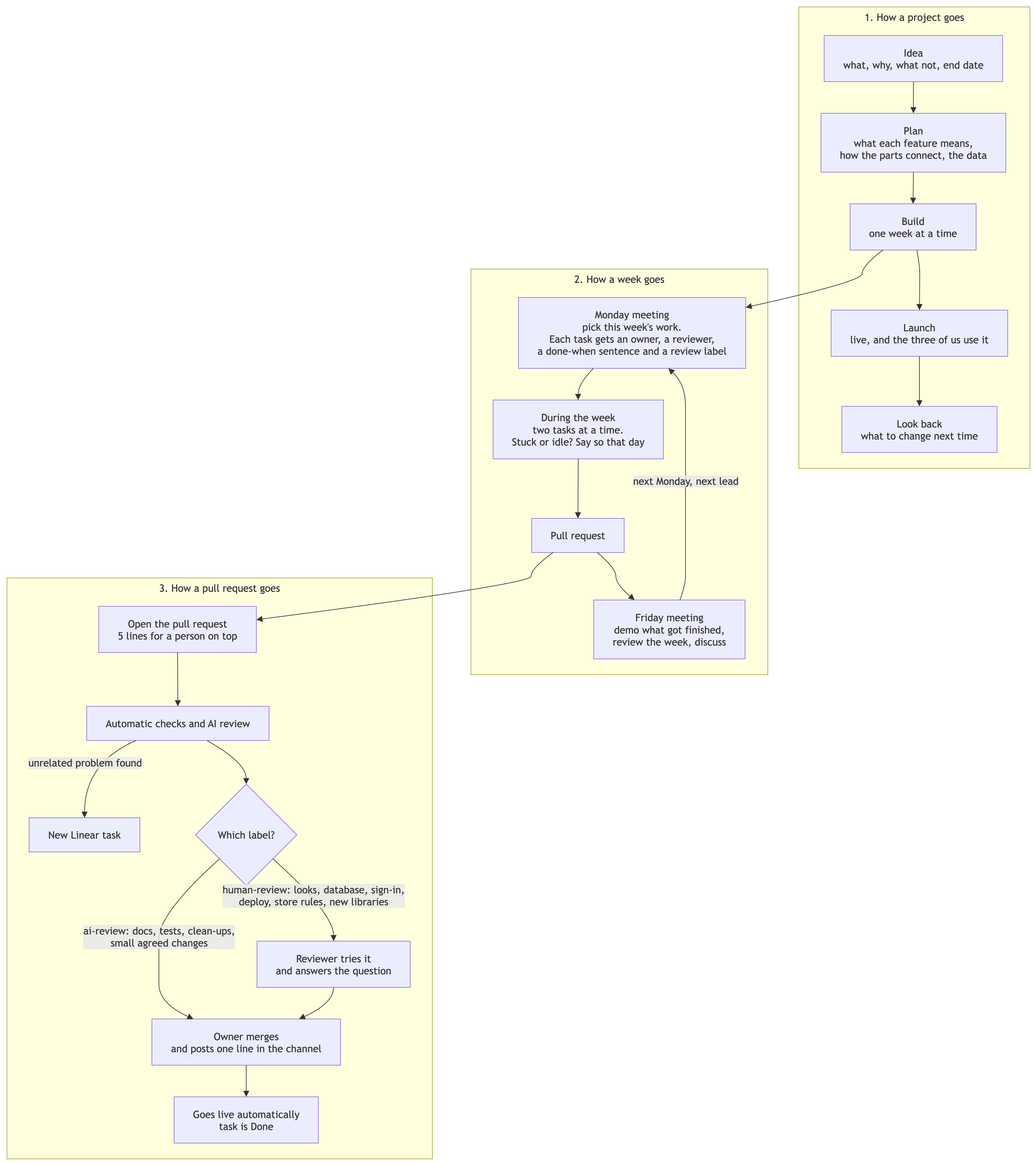
sidequest-club/bargainu keeps this draw.io diagram as docs/process/how-we-work.drawio.png. Above is the earlier version. Source tidied: cells renumbered, new cells last; positions are measured from the earlier drawing's top-left corner, leaving out a move shared by most shapes.
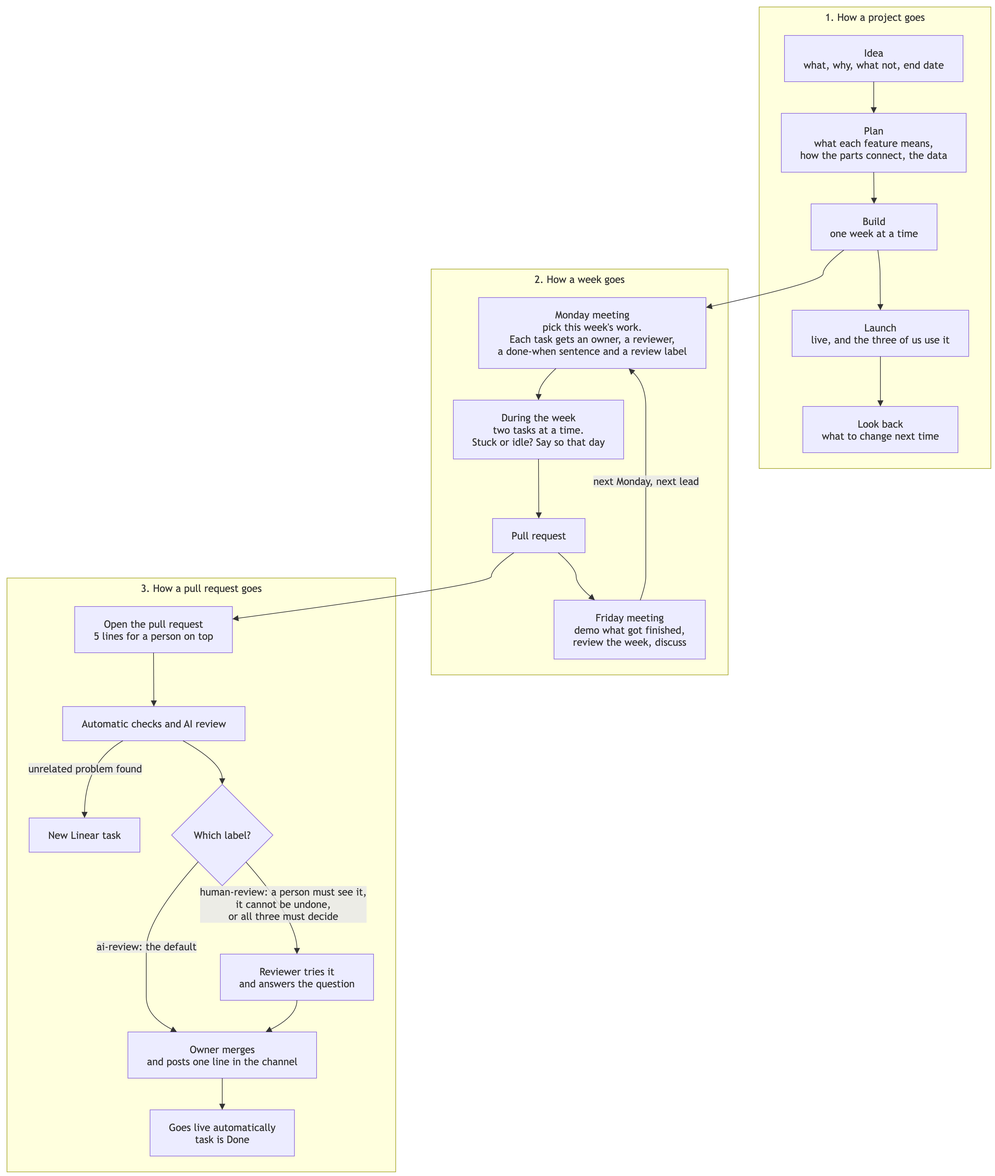
Above is the later version.

Commit message:
docs: make ai-review the default and narrow human-review to three cases

What changed in the source:
```diff
@@ -3,7 +3,7 @@
     <mxCell id="0" />
     <mxCell id="1" parent="0" />
     <mxCell id="2" value="1. How a project goes" style="html=1;whiteSpace=wrap;strokeWidth=1;verticalAlign=top;fillColor=light-dark(#ffffde,#1f2020);strokeColor=light-dark(#aaaa33,#cccccc);fontColor=light-dark(#333333,#cccccc);fontFamily=Trebuchet MS,Verdana,Arial,sans-serif;fontSize=16;" parent="1" vertex="1">
-      <mxGeometry x="1251" width="365" height="729" as="geometry" />
+      <mxGeometry x="1251" width="366" height="729" as="geometry" />
     </mxCell>
     <mxCell id="3" value="Idea&#10;what, why, what not, end date" style="html=1;whiteSpace=wrap;strokeWidth=1;fillColor=light-dark(#ECECFF,#1f2020);strokeColor=light-dark(#9370DB,#cccccc);fontColor=light-dark(#333333,#cccccc);fontFamily=Trebuchet MS,Verdana,Arial,sans-serif;fontSize=16;" parent="2" vertex="1">
       <mxGeometry x="40" y="45" width="282" height="73" as="geometry" />
@@ -12,13 +12,13 @@
       <mxGeometry x="35" y="168" width="292" height="93" as="geometry" />
     </mxCell>
     <mxCell id="5" value="Build&#10;one week at a time" style="html=1;whiteSpace=wrap;strokeWidth=1;fillColor=light-dark(#ECECFF,#1f2020);strokeColor=light-dark(#9370DB,#cccccc);fontColor=light-dark(#333333,#cccccc);fontFamily=Trebuchet MS,Verdana,Arial,sans-serif;fontSize=16;" parent="2" vertex="1">
-      <mxGeometry x="81" y="311" width="199" height="73" as="geometry" />
+      <mxGeometry x="82" y="311" width="199" height="73" as="geometry" />
     </mxCell>
     <mxCell id="6" value="Launch&#10;live, and the three of us use it" style="html=1;whiteSpace=wrap;strokeWidth=1;fillColor=light-dark(#ECECFF,#1f2020);strokeColor=light-dark(#9370DB,#cccccc);fontColor=light-dark(#333333,#cccccc);fontFamily=Trebuchet MS,Verdana,Arial,sans-serif;fontSize=16;" parent="2" vertex="1">
-      <mxGeometry x="51" y="479" width="279" height="73" as="geometry" />
+      <mxGeometry x="52" y="479" width="279" height="73" as="geometry" />
     </mxCell>
     <mxCell id="7" value="Look back&#10;what to change next time" style="html=1;whiteSpace=wrap;strokeWidth=1;fillColor=light-dark(#ECECFF,#1f2020);strokeColor=light-dark(#9370DB,#cccccc);fontColor=light-dark(#333333,#cccccc);fontFamily=Trebuchet MS,Verdana,Arial,sans-serif;fontSize=16;" parent="2" vertex="1">
-      <mxGeometry x="68" y="631" width="245" height="73" as="geometry" />
+      <mxGeometry x="69" y="631" width="245" height="73" as="geometry" />
     </mxCell>
     <mxCell id="8" style="curved=1;startArrow=none;endArrow=block;endSize=7;strokeColor=light-dark(#333333,#cccccc);exitX=0.5;exitY=1;entryX=0.5;entryY=0;" parent="2" edge="1" source="3" target="4">
       <mxGeometry relative="1" as="geometry" />
@@ -47,15 +47,15 @@
       <mxGeometry x="35" y="207" width="269" height="93" as="geometry" />
     </mxCell>
     <mxCell id="15" value="Pull request" style="html=1;whiteSpace=wrap;strokeWidth=1;fillColor=light-dark(#ECECFF,#1f2020);strokeColor=light-dark(#9370DB,#cccccc);fontColor=light-dark(#333333,#cccccc);fontFamily=Trebuchet MS,Verdana,Arial,sans-serif;fontSize=16;" parent="12" vertex="1">
-      <mxGeometry x="96" y="394" width="146" height="54" as="geometry" />
+      <mxGeometry x="97" y="394" width="146" height="54" as="geometry" />
     </mxCell>
     <mxCell id="16" value="Friday meeting&#10;demo what got finished,&#10;review the week, discuss" style="html=1;whiteSpace=wrap;strokeWidth=1;fillColor=light-dark(#ECECFF,#1f2020);strokeColor=light-dark(#9370DB,#cccccc);fontColor=light-dark(#333333,#cccccc);fontFamily=Trebuchet MS,Verdana,Arial,sans-serif;fontSize=16;" parent="12" vertex="1">
       <mxGeometry x="194" y="523" width="239" height="93" as="geometry" />
     </mxCell>
-    <mxCell id="17" style="curved=1;startArrow=none;endArrow=block;endSize=7;strokeColor=light-dark(#333333,#cccccc);exitX=0.33;exitY=1;entryX=0.5;entryY=0;" parent="12" edge="1" source="13" target="14">
+    <mxCell id="17" style="curved=1;startArrow=none;endArrow=block;endSize=7;strokeColor=light-dark(#333333,#cccccc);exitX=0.34;exitY=1;entryX=0.5;entryY=0;" parent="12" edge="1" source="13" target="14">
       <mxGeometry relative="1" as="geometry">
         <Array as="points">
-          <mxPoint x="169" y="182" />
+          <mxPoint x="170" y="182" />
         </Array>
       </mxGeometry>
     </mxCell>
@@ -84,25 +84,25 @@
       </mxGeometry>
     </mxCell>
     <mxCell id="21" value="3. How a pull request goes" style="html=1;whiteSpace=wrap;strokeWidth=1;verticalAlign=top;fillColor=light-dark(#ffffde,#1f2020);strokeColor=light-dark(#aaaa33,#cccccc);fontColor=light-dark(#333333,#cccccc);fontFamily=Trebuchet MS,Verdana,Arial,sans-serif;fontSize=16;" parent="1" vertex="1">
-      <mxGeometry y="902" width="672" height="918" as="geometry" />
+      <mxGeometry x="63" y="902" width="614" height="938" as="geometry" />
     </mxCell>
     <mxCell id="22" value="Open the pull request&#10;5 lines for a person on top" style="html=1;whiteSpace=wrap;strokeWidth=1;fillColor=light-dark(#ECECFF,#1f2020);strokeColor=light-dark(#9370DB,#cccccc);fontColor=light-dark(#333333,#cccccc);fontFamily=Trebuchet MS,Verdana,Arial,sans-serif;fontSize=16;" parent="21" vertex="1">
-      <mxGeometry x="145" y="45" width="249" height="73" as="geometry" />
+      <mxGeometry x="107" y="45" width="249" height="73" as="geometry" />
     </mxCell>
     <mxCell id="23" value="Automatic checks and AI review" style="html=1;whiteSpace=wrap;strokeWidth=1;fillColor=light-dark(#ECECFF,#1f2020);strokeColor=light-dark(#9370DB,#cccccc);fontColor=light-dark(#333333,#cccccc);fontFamily=Trebuchet MS,Verdana,Arial,sans-serif;fontSize=16;" parent="21" vertex="1">
-      <mxGeometry x="126" y="203" width="288" height="54" as="geometry" />
+      <mxGeometry x="88" y="203" width="288" height="54" as="geometry" />
     </mxCell>
     <mxCell id="24" value="Which label?" style="rhombus;html=1;strokeWidth=1;whiteSpace=wrap;fillColor=light-dark(#ECECFF,#1f2020);strokeColor=light-dark(#9370DB,#cccccc);fontColor=light-dark(#333333,#cccccc);fontFamily=Trebuchet MS,Verdana,Arial,sans-serif;fontSize=16;" parent="21" vertex="1">
-      <mxGeometry x="298" y="326" width="160" height="160" as="geometry" />
+      <mxGeometry x="260" y="326" width="160" height="160" as="geometry" />
     </mxCell>
     <mxCell id="25" value="Owner merges&#10;and posts one line in the channel" style="html=1;whiteSpace=wrap;strokeWidth=1;fillColor=light-dark(#ECECFF,#1f2020);strokeColor=light-dark(#9370DB,#cccccc);fontColor=light-dark(#333333,#cccccc);fontFamily=Trebuchet MS,Verdana,Arial,sans-serif;fontSize=16;" parent="21" vertex="1">
-      <mxGeometry x="229" y="697" width="298" height="73" as="geometry" />
+      <mxGeometry x="191" y="717" width="298" height="73" as="geometry" />
     </mxCell>
     <mxCell id="26" value="Reviewer tries it&#10;and answers the question" style="html=1;whiteSpace=wrap;strokeWidth=1;fillColor=light-dark(#ECECFF,#1f2020);strokeColor=light-dark(#9370DB,#cccccc);fontColor=light-dark(#333333,#cccccc);fontFamily=Trebuchet MS,Verdana,Arial,sans-serif;fontSize=16;" parent="21" vertex="1">
-      <mxGeometry x="395" y="574" width="242" height="73" as="geometry" />
+      <mxGeometry x="337" y="594" width="242" height="73" as="geometry" />
     </mxCell>
     <mxCell id="27" value="Goes live automatically&#10;task is Done" style="html=1;whiteSpace=wrap;strokeWidth=1;fillColor=light-dark(#ECECFF,#1f2020);strokeColor=light-dark(#9370DB,#cccccc);fontColor=light-dark(#333333,#cccccc);fontFamily=Trebuchet MS,Verdana,Arial,sans-serif;fontSize=16;" parent="21" vertex="1">
-      <mxGeometry x="264" y="820" width="228" height="73" as="geometry" />
+      <mxGeometry x="226" y="840" width="228" height="73" as="geometry" />
     </mxCell>
     <mxCell id="28" value="New Linear task" style="html=1;whiteSpace=wrap;strokeWidth=1;fillColor=light-dark(#ECECFF,#1f2020);strokeColor=light-dark(#9370DB,#cccccc);fontColor=light-dark(#333333,#cccccc);fontFamily=Trebuchet MS,Verdana,Arial,sans-serif;fontSize=16;" parent="21" vertex="1">
       <mxGeometry x="35" y="379" width="175" height="54" as="geometry" />
@@ -113,37 +113,37 @@
     <mxCell id="30" style="curved=1;startArrow=none;endArrow=block;endSize=7;strokeColor=light-dark(#333333,#cccccc);exitX=0.66;exitY=1;entryX=0.5;entryY=0;" parent="21" edge="1" source="23" target="24">
       <mxGeometry relative="1" as="geometry">
         <Array as="points">
-          <mxPoint x="378" y="292" />
+          <mxPoint x="340" y="292" />
         </Array>
       </mxGeometry>
     </mxCell>
-    <mxCell id="31" value="ai-review: docs, tests, clean-ups,&#10;small agreed changes" style="curved=1;startArrow=none;endArrow=block;endSize=7;strokeColor=light-dark(#333333,#cccccc);html=1;fontSize=16;labelBackgroundColor=light-dark(#E8E8E88D,#2a2a2a8D);fontFamily=Trebuchet MS,Verdana,Arial,sans-serif;fontColor=light-dark(#333333,#cccccc);exitX=0;exitY=0.95;entryX=0.22;entryY=0;" parent="21" edge="1" source="24" target="25">
+    <mxCell id="31" value="ai-review: the default" style="curved=1;startArrow=none;endArrow=block;endSize=7;strokeColor=light-dark(#333333,#cccccc);html=1;fontSize=16;labelBackgroundColor=light-dark(#E8E8E88D,#2a2a2a8D);fontFamily=Trebuchet MS,Verdana,Arial,sans-serif;fontColor=light-dark(#333333,#cccccc);exitX=0.05;exitY=1;entryX=0.26;entryY=0;" parent="21" edge="1" source="24" target="25">
       <mxGeometry relative="1" as="geometry">
         <Array as="points">
-          <mxPoint x="240" y="530" />
-          <mxPoint x="240" y="611" />
-          <mxPoint x="240" y="672" />
+          <mxPoint x="220" y="540" />
+          <mxPoint x="220" y="631" />
+          <mxPoint x="220" y="692" />
         </Array>
       </mxGeometry>
     </mxCell>
-    <mxCell id="32" value="human-review: looks, database, sign-in,&#10;deploy, store rules, new libraries" style="curved=1;startArrow=none;endArrow=block;endSize=7;strokeColor=light-dark(#333333,#cccccc);html=1;fontSize=16;labelBackgroundColor=light-dark(#E8E8E88D,#2a2a2a8D);fontFamily=Trebuchet MS,Verdana,Arial,sans-serif;fontColor=light-dark(#333333,#cccccc);exitX=1;exitY=0.95;entryX=0.5;entryY=0;" parent="21" edge="1" source="24" target="26">
+    <mxCell id="32" value="human-review: a person must see it,&#10;it cannot be undone,&#10;or all three must decide" style="curved=1;startArrow=none;endArrow=block;endSize=7;strokeColor=light-dark(#333333,#cccccc);html=1;fontSize=16;labelBackgroundColor=light-dark(#E8E8E88D,#2a2a2a8D);fontFamily=Trebuchet MS,Verdana,Arial,sans-serif;fontColor=light-dark(#333333,#cccccc);exitX=0.94;exitY=1;entryX=0.5;entryY=0;" parent="21" edge="1" source="24" target="26">
       <mxGeometry relative="1" as="geometry">
         <Array as="points">
-          <mxPoint x="516" y="530" />
+          <mxPoint x="458" y="540" />
         </Array>
       </mxGeometry>
     </mxCell>
-    <mxCell id="33" style="curved=1;startArrow=none;endArrow=block;endSize=7;strokeColor=light-dark(#333333,#cccccc);exitX=0.5;exitY=1;entryX=0.78;entryY=0;" parent="21" edge="1" source="26" target="25">
+    <mxCell id="33" style="curved=1;startArrow=none;endArrow=block;endSize=7;strokeColor=light-dark(#333333,#cccccc);exitX=0.5;exitY=1;entryX=0.73;entryY=0;" parent="21" edge="1" source="26" target="25">
       <mxGeometry relative="1" as="geometry">
         <Array as="points">
-          <mxPoint x="516" y="672" />
+          <mxPoint x="458" y="692" />
         </Array>
       </mxGeometry>
     </mxCell>
     <mxCell id="34" style="curved=1;startArrow=none;endArrow=block;endSize=7;strokeColor=light-dark(#333333,#cccccc);exitX=0.5;exitY=1;entryX=0.5;entryY=0;" parent="21" edge="1" source="25" target="27">
       <mxGeometry relative="1" as="geometry" />
     </mxCell>
-    <mxCell id="35" value="unrelated problem found" style="curved=1;startArrow=none;endArrow=block;endSize=7;strokeColor=light-dark(#333333,#cccccc);html=1;fontSize=16;labelBackgroundColor=light-dark(#E8E8E88D,#2a2a2a8D);fontFamily=Trebuchet MS,Verdana,Arial,sans-serif;fontColor=light-dark(#333333,#cccccc);exitX=0.27;exitY=1;entryX=0.5;entryY=0;" parent="21" edge="1" source="23" target="28">
+    <mxCell id="35" value="unrelated problem found" style="curved=1;startArrow=none;endArrow=block;endSize=7;strokeColor=light-dark(#333333,#cccccc);html=1;fontSize=16;labelBackgroundColor=light-dark(#E8E8E88D,#2a2a2a8D);fontFamily=Trebuchet MS,Verdana,Arial,sans-serif;fontColor=light-dark(#333333,#cccccc);exitX=0.33;exitY=1;entryX=0.5;entryY=0;" parent="21" edge="1" source="23" target="28">
       <mxGeometry relative="1" as="geometry">
         <Array as="points">
           <mxPoint x="123" y="292" />
@@ -153,12 +153,12 @@
     <mxCell id="36" style="curved=1;startArrow=none;endArrow=block;endSize=7;strokeColor=light-dark(#333333,#cccccc);exitX=0.26;exitY=1;entryX=1;entryY=0.14;" parent="1" edge="1" source="5" target="13">
       <mxGeometry relative="1" as="geometry">
         <Array as="points">
-          <mxPoint x="1351" y="409" />
-          <mxPoint x="1351" y="434" />
+          <mxPoint x="1352" y="409" />
+          <mxPoint x="1352" y="434" />
         </Array>
       </mxGeometry>
     </mxCell>
-    <mxCell id="37" style="curved=1;startArrow=none;endArrow=block;endSize=7;strokeColor=light-dark(#333333,#cccccc);exitX=0.23;exitY=1;entryX=1;entryY=0.29;" parent="1" edge="1" source="15" target="22">
+    <mxCell id="37" style="curved=1;startArrow=none;endArrow=block;endSize=7;strokeColor=light-dark(#333333,#cccccc);exitX=0.23;exitY=1;entryX=1;entryY=0.27;" parent="1" edge="1" source="15" target="22">
       <mxGeometry relative="1" as="geometry">
         <Array as="points">
           <mxPoint x="828" y="887" />
```
